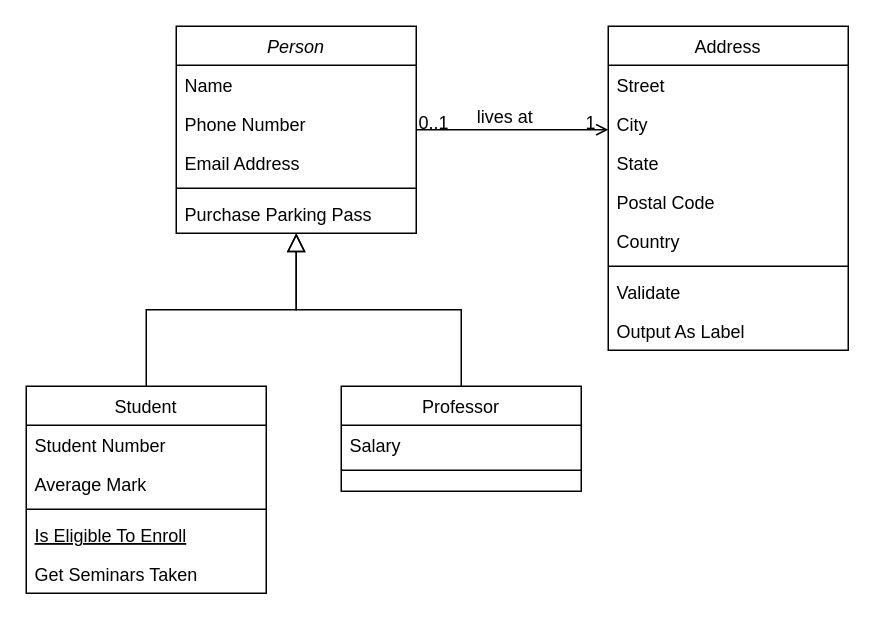
Bangaart/goit-pythonWeb-hw-1 keeps this draw.io diagram as Untitled Diagram.drawio. Above is the earlier version. Source tidied: cells renumbered, new cells numbered last; positions are measured from the earlier drawing's top-left corner, leaving out a move shared by most shapes. Both pictures are drawn from the tidied source at 150%, with x=0, y=0 at pixel (26, 26).
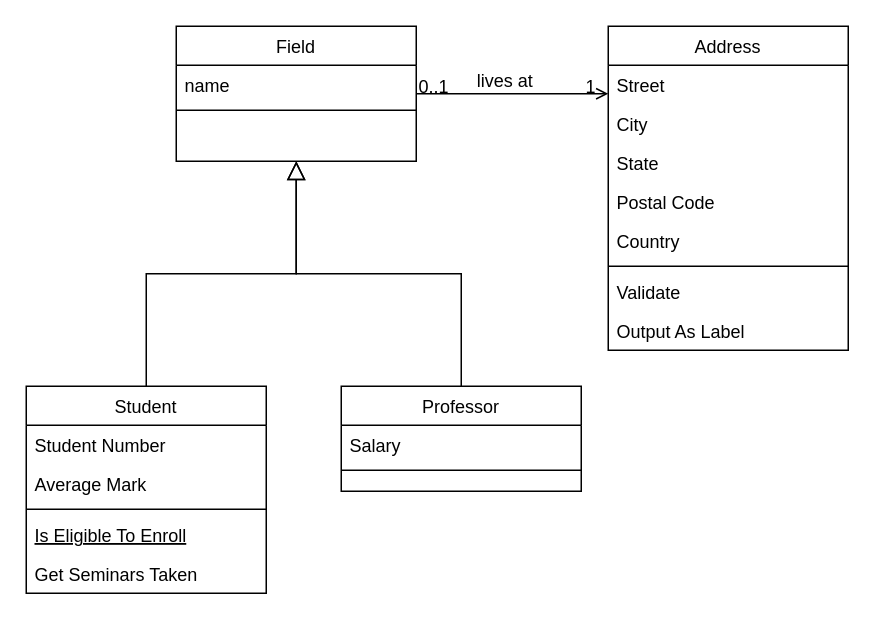
The same page after the edit.

Change to the diagram source:
```diff
@@
-    <mxCell id="2" value="Person" style="swimlane;fontStyle=2;align=center;verticalAlign=top;horizontal=1;startSize=26;rounded=0;shadow=0;strokeWidth=1;" parent="1" vertex="1">
-      <mxGeometry x="100" width="160" height="138" as="geometry" />
+    <mxCell id="2" value="Field" style="swimlane;fontStyle=0;align=center;verticalAlign=top;horizontal=1;startSize=26;rounded=0;shadow=0;strokeWidth=1;" parent="1" vertex="1">
+      <mxGeometry x="100" width="160" height="90" as="geometry" />
     </mxCell>
-    <mxCell id="3" value="Name" style="text;align=left;verticalAlign=top;spacingLeft=4;spacingRight=4;overflow=hidden;" parent="2" vertex="1">
+    <mxCell id="3" value="name" style="text;align=left;verticalAlign=top;spacingLeft=4;spacingRight=4;overflow=hidden;" parent="2" vertex="1">
       <mxGeometry y="26" width="160" height="26" as="geometry" />
     </mxCell>
-    <mxCell id="4" value="Phone Number" style="text;align=left;verticalAlign=top;spacingLeft=4;spacingRight=4;overflow=hidden;rounded=0;shadow=0;html=0;" parent="2" vertex="1">
-      <mxGeometry y="52" width="160" height="26" as="geometry" />
-    </mxCell>
-    <mxCell id="5" value="Email Address" style="text;align=left;verticalAlign=top;spacingLeft=4;spacingRight=4;overflow=hidden;rounded=0;shadow=0;html=0;" parent="2" vertex="1">
-      <mxGeometry y="78" width="160" height="26" as="geometry" />
-    </mxCell>
     <mxCell id="6" style="line;html=1;strokeWidth=1;align=left;verticalAlign=middle;spacingTop=-1;spacingLeft=3;spacingRight=3;labelPosition=right;" parent="2" vertex="1">
-      <mxGeometry y="104" width="160" height="8" as="geometry" />
+      <mxGeometry y="52" width="160" height="8" as="geometry" />
     </mxCell>
-    <mxCell id="7" value="Purchase Parking Pass" style="text;align=left;verticalAlign=top;spacingLeft=4;spacingRight=4;overflow=hidden;" parent="2" vertex="1">
-      <mxGeometry y="112" width="160" height="26" as="geometry" />
-    </mxCell>
```
